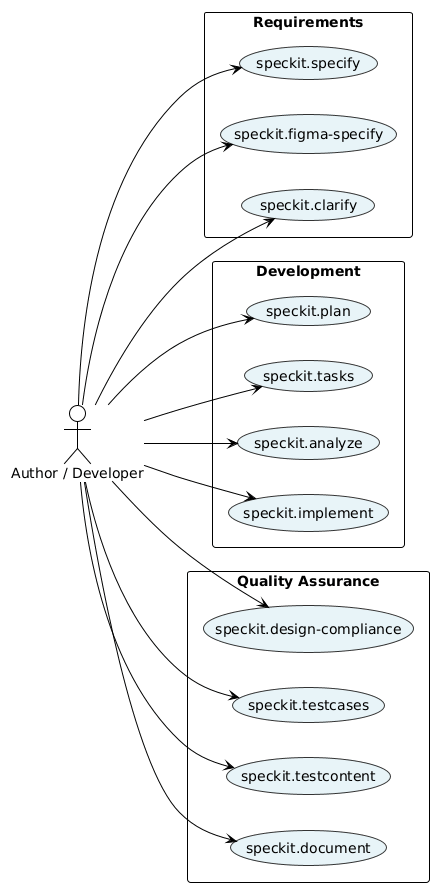
The PlantUML diagram .specify/docs/diagrams/speckit-usecase.png in mariorodriguez-creator/nitroblocks, before a commit.
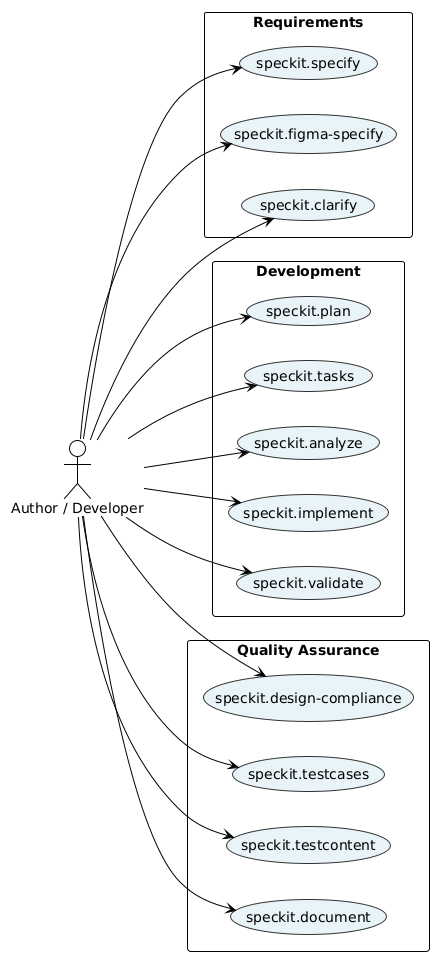
After the change.

Commit message:
Updates speckit workflow diagrams

Change to the diagram source:
```diff
@@ -18,12 +18,13 @@
   usecase "speckit.tasks" as UC5
   usecase "speckit.analyze" as UC6
   usecase "speckit.implement" as UC7
+  usecase "speckit.validate" as UC8
 }
 rectangle "Quality Assurance" {
-  usecase "speckit.design-compliance" as UC8
-  usecase "speckit.testcases" as UC9
-  usecase "speckit.testcontent" as UC10
-  usecase "speckit.document" as UC11
+  usecase "speckit.design-compliance" as UC9
+  usecase "speckit.testcases" as UC10
+  usecase "speckit.testcontent" as UC11
+  usecase "speckit.document" as UC12
 }
 
 user --> UC1
@@ -37,4 +38,5 @@
 user --> UC9
 user --> UC10
 user --> UC11
+user --> UC12
 @enduml
```
